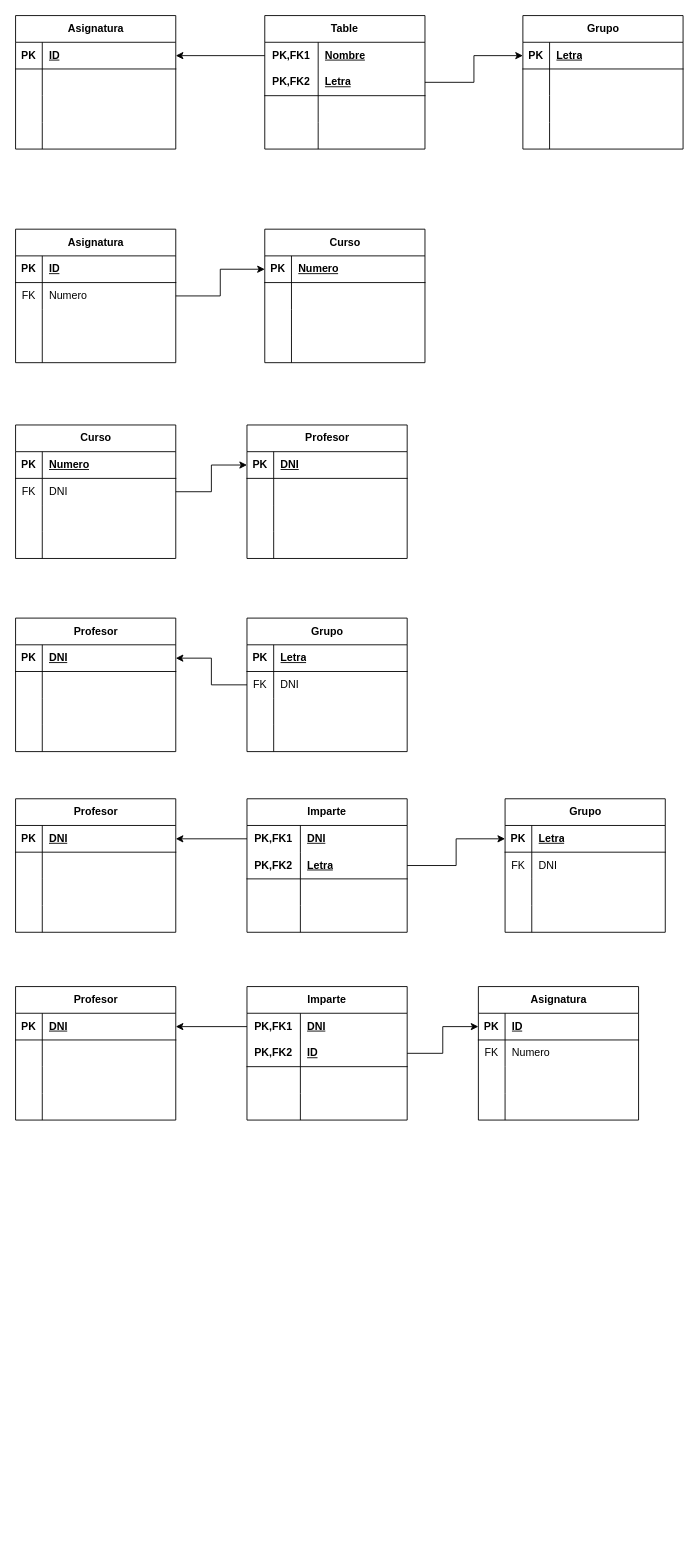
The draw.io diagram Unidad_1/Tareas/Tareas_entregables/Docente (MR-2)/Diagrama sin título.drawio in OxideVanadium/base_de_datos, before the edit. Source tidied: cells renumbered, new cells numbered last; positions are measured from the earlier drawing's top-left corner, leaving out a move shared by most shapes. Both pictures are drawn from the tidied source at 89%, with x=0, y=0 at pixel (15, 15).
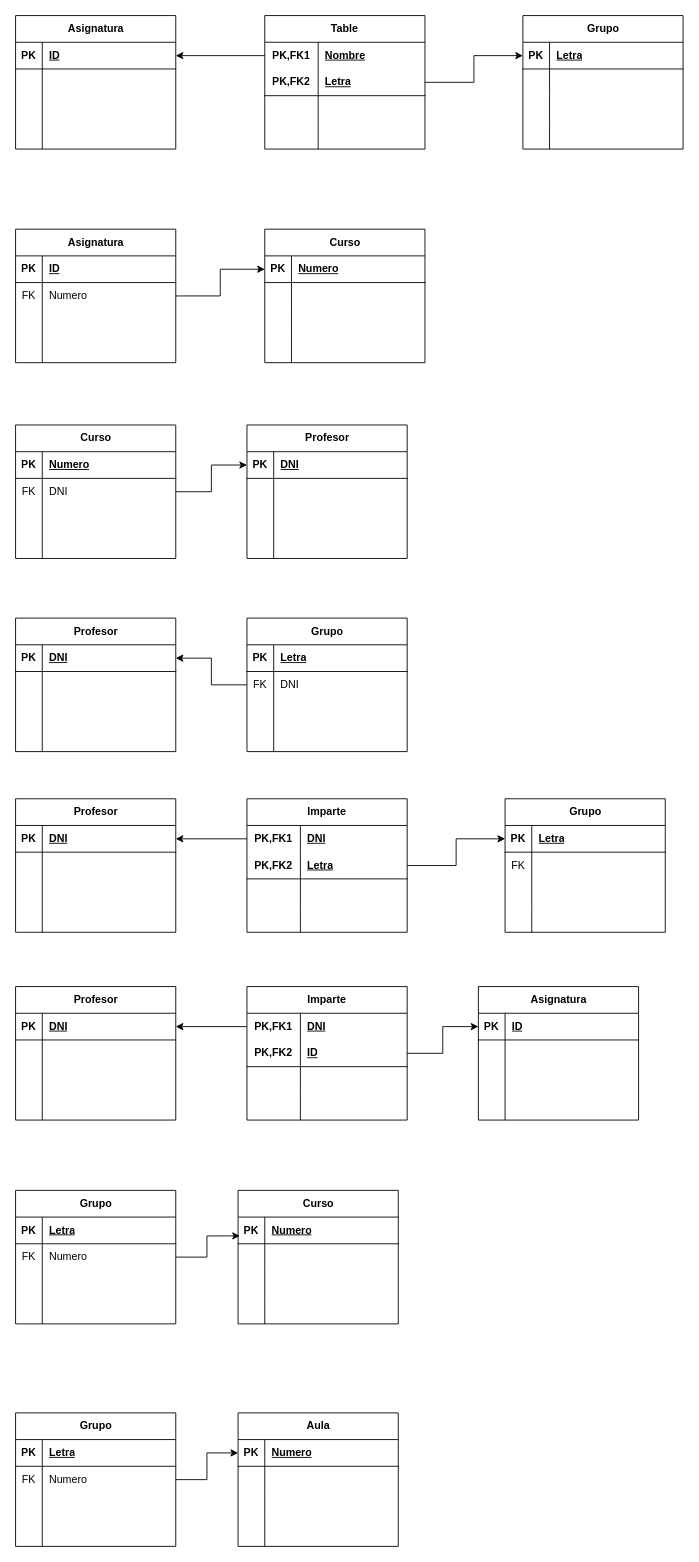
After the change.

The change refers to these unchanged cells:
```xml
<mxCell id="141" style="shape=tableRow;horizontal=0;startSize=0;swimlaneHead=0;swimlaneBody=0;fillColor=none;top=0;left=0;right=0;bottom=0;" parent="137" vertex="1">
  <mxGeometry y="60" width="180" height="30" as="geometry" />
</mxCell>
<mxCell id="195" style="shape=tableRow;horizontal=0;startSize=0;swimlaneHead=0;swimlaneBody=0;fillColor=none;top=0;left=0;right=0;bottom=0;" parent="191" vertex="1">
  <mxGeometry y="60" width="180" height="30" as="geometry" />
</mxCell>
```

Diff of the diagram source:
```diff
@@
-    <mxCell id="143" value="DNI" style="shape=partialRectangle;fillColor=none;top=0;left=0;bottom=0;right=0;align=left;spacingLeft=6;overflow=hidden;whiteSpace=wrap;html=1;" parent="141" vertex="1">
+    <mxCell id="143" style="shape=partialRectangle;fillColor=none;top=0;left=0;bottom=0;right=0;align=left;spacingLeft=6;overflow=hidden;whiteSpace=wrap;html=1;" parent="141" vertex="1">
       <mxGeometry x="30" width="150" height="30" as="geometry" />
     </mxCell>
@@
-    <mxCell id="196" value="FK" style="shape=partialRectangle;fillColor=none;top=0;left=0;bottom=0;right=0;overflow=hidden;whiteSpace=wrap;html=1;" parent="195" vertex="1">
+    <mxCell id="196" style="shape=partialRectangle;fillColor=none;top=0;left=0;bottom=0;right=0;overflow=hidden;whiteSpace=wrap;html=1;" parent="195" vertex="1">
       <mxGeometry width="30" height="30" as="geometry" />
     </mxCell>
-    <mxCell id="197" value="Numero" style="shape=partialRectangle;fillColor=none;top=0;left=0;bottom=0;right=0;align=left;spacingLeft=6;overflow=hidden;whiteSpace=wrap;html=1;" parent="195" vertex="1">
+    <mxCell id="197" style="shape=partialRectangle;fillColor=none;top=0;left=0;bottom=0;right=0;align=left;spacingLeft=6;overflow=hidden;whiteSpace=wrap;html=1;" parent="195" vertex="1">
       <mxGeometry x="30" width="150" height="30" as="geometry" />
     </mxCell>
@@
+    <mxCell id="206" value="Grupo" style="shape=table;startSize=30;childLayout=tableLayout;rowLines=0;fontStyle=1;align=center;html=1;" parent="1" vertex="1">
+      <mxGeometry y="1320" width="180" height="150" as="geometry" />
+    </mxCell>
+    <mxCell id="207" style="shape=tableRow;horizontal=0;startSize=0;swimlaneHead=0;swimlaneBody=0;fillColor=none;top=0;left=0;right=0;bottom=1;" parent="206" vertex="1">
+      <mxGeometry y="30" width="180" height="30" as="geometry" />
+    </mxCell>
+    <mxCell id="208" value="PK" style="shape=partialRectangle;fillColor=none;top=0;left=0;bottom=0;right=0;fontStyle=1;overflow=hidden;whiteSpace=wrap;html=1;" parent="207" vertex="1">
+      <mxGeometry width="30" height="30" as="geometry" />
+    </mxCell>
+    <mxCell id="209" value="Letra" style="shape=partialRectangle;fillColor=none;top=0;left=0;bottom=0;right=0;align=left;spacingLeft=6;fontStyle=5;overflow=hidden;whiteSpace=wrap;html=1;" parent="207" vertex="1">
+      <mxGeometry x="30" width="150" height="30" as="geometry" />
+    </mxCell>
+    <mxCell id="210" style="shape=tableRow;horizontal=0;startSize=0;swimlaneHead=0;swimlaneBody=0;fillColor=none;top=0;left=0;right=0;bottom=0;" parent="206" vertex="1">
+      <mxGeometry y="60" width="180" height="30" as="geometry" />
+    </mxCell>
+    <mxCell id="211" value="FK" style="shape=partialRectangle;fillColor=none;top=0;left=0;bottom=0;right=0;overflow=hidden;whiteSpace=wrap;html=1;" parent="210" vertex="1">
+      <mxGeometry width="30" height="30" as="geometry" />
+    </mxCell>
+    <mxCell id="212" value="Numero" style="shape=partialRectangle;fillColor=none;top=0;left=0;bottom=0;right=0;align=left;spacingLeft=6;overflow=hidden;whiteSpace=wrap;html=1;" parent="210" vertex="1">
+      <mxGeometry x="30" width="150" height="30" as="geometry" />
+    </mxCell>
+    <mxCell id="213" style="shape=tableRow;horizontal=0;startSize=0;swimlaneHead=0;swimlaneBody=0;fillColor=none;top=0;left=0;right=0;bottom=0;" parent="206" vertex="1">
+      <mxGeometry y="90" width="180" height="30" as="geometry" />
+    </mxCell>
+    <mxCell id="214" style="shape=partialRectangle;fillColor=none;top=0;left=0;bottom=0;right=0;overflow=hidden;whiteSpace=wrap;html=1;" parent="213" vertex="1">
+      <mxGeometry width="30" height="30" as="geometry" />
+    </mxCell>
+    <mxCell id="215" style="shape=partialRectangle;fillColor=none;top=0;left=0;bottom=0;right=0;align=left;spacingLeft=6;overflow=hidden;whiteSpace=wrap;html=1;" parent="213" vertex="1">
+      <mxGeometry x="30" width="150" height="30" as="geometry" />
+    </mxCell>
+    <mxCell id="216" style="shape=tableRow;horizontal=0;startSize=0;swimlaneHead=0;swimlaneBody=0;fillColor=none;top=0;left=0;right=0;bottom=0;" parent="206" vertex="1">
+      <mxGeometry y="120" width="180" height="30" as="geometry" />
+    </mxCell>
+    <mxCell id="217" style="shape=partialRectangle;fillColor=none;top=0;left=0;bottom=0;right=0;overflow=hidden;whiteSpace=wrap;html=1;" parent="216" vertex="1">
+      <mxGeometry width="30" height="30" as="geometry" />
+    </mxCell>
+    <mxCell id="218" style="shape=partialRectangle;fillColor=none;top=0;left=0;bottom=0;right=0;align=left;spacingLeft=6;overflow=hidden;whiteSpace=wrap;html=1;" parent="216" vertex="1">
+      <mxGeometry x="30" width="150" height="30" as="geometry" />
+    </mxCell>
+    <mxCell id="219" value="Curso" style="shape=table;startSize=30;childLayout=tableLayout;rowLines=0;fontStyle=1;align=center;html=1;" parent="1" vertex="1">
+      <mxGeometry x="250" y="1320" width="180" height="150" as="geometry" />
+    </mxCell>
+    <mxCell id="220" style="shape=tableRow;horizontal=0;startSize=0;swimlaneHead=0;swimlaneBody=0;fillColor=none;points=[[0,0.5],[1,0.5]];portConstraint=eastwest;top=0;left=0;right=0;bottom=1;" parent="219" vertex="1">
+      <mxGeometry y="30" width="180" height="30" as="geometry" />
+    </mxCell>
+    <mxCell id="221" value="PK" style="shape=partialRectangle;fillColor=none;top=0;left=0;bottom=0;right=0;fontStyle=1;overflow=hidden;whiteSpace=wrap;html=1;" parent="220" vertex="1">
+      <mxGeometry width="30" height="30" as="geometry" />
+    </mxCell>
+    <mxCell id="222" value="Numero" style="shape=partialRectangle;fillColor=none;top=0;left=0;bottom=0;right=0;align=left;spacingLeft=6;fontStyle=5;overflow=hidden;whiteSpace=wrap;html=1;" parent="220" vertex="1">
+      <mxGeometry x="30" width="150" height="30" as="geometry" />
+    </mxCell>
+    <mxCell id="223" style="shape=tableRow;horizontal=0;startSize=0;swimlaneHead=0;swimlaneBody=0;fillColor=none;top=0;left=0;right=0;bottom=0;" parent="219" vertex="1">
+      <mxGeometry y="60" width="180" height="30" as="geometry" />
+    </mxCell>
+    <mxCell id="224" style="shape=partialRectangle;fillColor=none;top=0;left=0;bottom=0;right=0;overflow=hidden;whiteSpace=wrap;html=1;" parent="223" vertex="1">
+      <mxGeometry width="30" height="30" as="geometry" />
+    </mxCell>
+    <mxCell id="225" style="shape=partialRectangle;fillColor=none;top=0;left=0;bottom=0;right=0;align=left;spacingLeft=6;overflow=hidden;whiteSpace=wrap;html=1;" parent="223" vertex="1">
+      <mxGeometry x="30" width="150" height="30" as="geometry" />
+    </mxCell>
+    <mxCell id="226" style="shape=tableRow;horizontal=0;startSize=0;swimlaneHead=0;swimlaneBody=0;fillColor=none;top=0;left=0;right=0;bottom=0;" parent="219" vertex="1">
+      <mxGeometry y="90" width="180" height="30" as="geometry" />
+    </mxCell>
+    <mxCell id="227" style="shape=partialRectangle;fillColor=none;top=0;left=0;bottom=0;right=0;overflow=hidden;whiteSpace=wrap;html=1;" parent="226" vertex="1">
+      <mxGeometry width="30" height="30" as="geometry" />
+    </mxCell>
+    <mxCell id="228" style="shape=partialRectangle;fillColor=none;top=0;left=0;bottom=0;right=0;align=left;spacingLeft=6;overflow=hidden;whiteSpace=wrap;html=1;" parent="226" vertex="1">
+      <mxGeometry x="30" width="150" height="30" as="geometry" />
+    </mxCell>
+    <mxCell id="229" style="shape=tableRow;horizontal=0;startSize=0;swimlaneHead=0;swimlaneBody=0;fillColor=none;top=0;left=0;right=0;bottom=0;" parent="219" vertex="1">
+      <mxGeometry y="120" width="180" height="30" as="geometry" />
+    </mxCell>
+    <mxCell id="230" style="shape=partialRectangle;fillColor=none;top=0;left=0;bottom=0;right=0;overflow=hidden;whiteSpace=wrap;html=1;" parent="229" vertex="1">
+      <mxGeometry width="30" height="30" as="geometry" />
+    </mxCell>
+    <mxCell id="231" style="shape=partialRectangle;fillColor=none;top=0;left=0;bottom=0;right=0;align=left;spacingLeft=6;overflow=hidden;whiteSpace=wrap;html=1;" parent="229" vertex="1">
+      <mxGeometry x="30" width="150" height="30" as="geometry" />
+    </mxCell>
+    <mxCell id="232" style="edgeStyle=orthogonalEdgeStyle;rounded=0;jettySize=auto;html=1;entryX=0.011;entryY=0.705;entryDx=0;entryDy=0;entryPerimeter=0;" parent="1" edge="1" source="206" target="220">
+      <mxGeometry relative="1" as="geometry" />
+    </mxCell>
+    <mxCell id="233" value="Grupo" style="shape=table;startSize=30;childLayout=tableLayout;rowLines=0;fontStyle=1;align=center;html=1;" parent="1" vertex="1">
+      <mxGeometry y="1570" width="180" height="150" as="geometry" />
+    </mxCell>
+    <mxCell id="234" style="shape=tableRow;horizontal=0;startSize=0;swimlaneHead=0;swimlaneBody=0;fillColor=none;top=0;left=0;right=0;bottom=1;" parent="233" vertex="1">
+      <mxGeometry y="30" width="180" height="30" as="geometry" />
+    </mxCell>
+    <mxCell id="235" value="PK" style="shape=partialRectangle;fillColor=none;top=0;left=0;bottom=0;right=0;fontStyle=1;overflow=hidden;whiteSpace=wrap;html=1;" parent="234" vertex="1">
+      <mxGeometry width="30" height="30" as="geometry" />
+    </mxCell>
+    <mxCell id="236" value="Letra" style="shape=partialRectangle;fillColor=none;top=0;left=0;bottom=0;right=0;align=left;spacingLeft=6;fontStyle=5;overflow=hidden;whiteSpace=wrap;html=1;" parent="234" vertex="1">
+      <mxGeometry x="30" width="150" height="30" as="geometry" />
+    </mxCell>
+    <mxCell id="237" style="shape=tableRow;horizontal=0;startSize=0;swimlaneHead=0;swimlaneBody=0;fillColor=none;points=[[0,0.5],[1,0.5]];portConstraint=eastwest;top=0;left=0;right=0;bottom=0;" parent="233" vertex="1">
+      <mxGeometry y="60" width="180" height="30" as="geometry" />
+    </mxCell>
+    <mxCell id="238" value="FK" style="shape=partialRectangle;fillColor=none;top=0;left=0;bottom=0;right=0;overflow=hidden;whiteSpace=wrap;html=1;" parent="237" vertex="1">
+      <mxGeometry width="30" height="30" as="geometry" />
+    </mxCell>
+    <mxCell id="239" value="Numero" style="shape=partialRectangle;fillColor=none;top=0;left=0;bottom=0;right=0;align=left;spacingLeft=6;overflow=hidden;whiteSpace=wrap;html=1;" parent="237" vertex="1">
+      <mxGeometry x="30" width="150" height="30" as="geometry" />
+    </mxCell>
+    <mxCell id="240" style="shape=tableRow;horizontal=0;startSize=0;swimlaneHead=0;swimlaneBody=0;fillColor=none;top=0;left=0;right=0;bottom=0;" parent="233" vertex="1">
+      <mxGeometry y="90" width="180" height="30" as="geometry" />
+    </mxCell>
+    <mxCell id="241" style="shape=partialRectangle;fillColor=none;top=0;left=0;bottom=0;right=0;overflow=hidden;whiteSpace=wrap;html=1;" parent="240" vertex="1">
+      <mxGeometry width="30" height="30" as="geometry" />
+    </mxCell>
+    <mxCell id="242" style="shape=partialRectangle;fillColor=none;top=0;left=0;bottom=0;right=0;align=left;spacingLeft=6;overflow=hidden;whiteSpace=wrap;html=1;" parent="240" vertex="1">
+      <mxGeometry x="30" width="150" height="30" as="geometry" />
+    </mxCell>
+    <mxCell id="243" style="shape=tableRow;horizontal=0;startSize=0;swimlaneHead=0;swimlaneBody=0;fillColor=none;top=0;left=0;right=0;bottom=0;" parent="233" vertex="1">
+      <mxGeometry y="120" width="180" height="30" as="geometry" />
+    </mxCell>
+    <mxCell id="244" style="shape=partialRectangle;fillColor=none;top=0;left=0;bottom=0;right=0;overflow=hidden;whiteSpace=wrap;html=1;" parent="243" vertex="1">
+      <mxGeometry width="30" height="30" as="geometry" />
+    </mxCell>
+    <mxCell id="245" style="shape=partialRectangle;fillColor=none;top=0;left=0;bottom=0;right=0;align=left;spacingLeft=6;overflow=hidden;whiteSpace=wrap;html=1;" parent="243" vertex="1">
+      <mxGeometry x="30" width="150" height="30" as="geometry" />
+    </mxCell>
+    <mxCell id="246" value="Aula" style="shape=table;startSize=30;childLayout=tableLayout;rowLines=0;fontStyle=1;align=center;html=1;" parent="1" vertex="1">
+      <mxGeometry x="250" y="1570" width="180" height="150" as="geometry" />
+    </mxCell>
+    <mxCell id="247" style="shape=tableRow;horizontal=0;startSize=0;swimlaneHead=0;swimlaneBody=0;fillColor=none;points=[[0,0.5],[1,0.5]];portConstraint=eastwest;top=0;left=0;right=0;bottom=1;" parent="246" vertex="1">
+      <mxGeometry y="30" width="180" height="30" as="geometry" />
+    </mxCell>
+    <mxCell id="248" value="PK" style="shape=partialRectangle;fillColor=none;top=0;left=0;bottom=0;right=0;fontStyle=1;overflow=hidden;whiteSpace=wrap;html=1;" parent="247" vertex="1">
+      <mxGeometry width="30" height="30" as="geometry" />
+    </mxCell>
+    <mxCell id="249" value="Numero" style="shape=partialRectangle;fillColor=none;top=0;left=0;bottom=0;right=0;align=left;spacingLeft=6;fontStyle=5;overflow=hidden;whiteSpace=wrap;html=1;" parent="247" vertex="1">
+      <mxGeometry x="30" width="150" height="30" as="geometry" />
+    </mxCell>
+    <mxCell id="250" style="shape=tableRow;horizontal=0;startSize=0;swimlaneHead=0;swimlaneBody=0;fillColor=none;top=0;left=0;right=0;bottom=0;" parent="246" vertex="1">
+      <mxGeometry y="60" width="180" height="30" as="geometry" />
+    </mxCell>
+    <mxCell id="251" style="shape=partialRectangle;fillColor=none;top=0;left=0;bottom=0;right=0;overflow=hidden;whiteSpace=wrap;html=1;" parent="250" vertex="1">
+      <mxGeometry width="30" height="30" as="geometry" />
+    </mxCell>
+    <mxCell id="252" style="shape=partialRectangle;fillColor=none;top=0;left=0;bottom=0;right=0;align=left;spacingLeft=6;overflow=hidden;whiteSpace=wrap;html=1;" parent="250" vertex="1">
+      <mxGeometry x="30" width="150" height="30" as="geometry" />
+    </mxCell>
+    <mxCell id="253" style="shape=tableRow;horizontal=0;startSize=0;swimlaneHead=0;swimlaneBody=0;fillColor=none;top=0;left=0;right=0;bottom=0;" parent="246" vertex="1">
+      <mxGeometry y="90" width="180" height="30" as="geometry" />
+    </mxCell>
+    <mxCell id="254" style="shape=partialRectangle;fillColor=none;top=0;left=0;bottom=0;right=0;overflow=hidden;whiteSpace=wrap;html=1;" parent="253" vertex="1">
+      <mxGeometry width="30" height="30" as="geometry" />
+    </mxCell>
+    <mxCell id="255" style="shape=partialRectangle;fillColor=none;top=0;left=0;bottom=0;right=0;align=left;spacingLeft=6;overflow=hidden;whiteSpace=wrap;html=1;" parent="253" vertex="1">
+      <mxGeometry x="30" width="150" height="30" as="geometry" />
+    </mxCell>
+    <mxCell id="256" style="shape=tableRow;horizontal=0;startSize=0;swimlaneHead=0;swimlaneBody=0;fillColor=none;top=0;left=0;right=0;bottom=0;" parent="246" vertex="1">
+      <mxGeometry y="120" width="180" height="30" as="geometry" />
+    </mxCell>
+    <mxCell id="257" style="shape=partialRectangle;fillColor=none;top=0;left=0;bottom=0;right=0;overflow=hidden;whiteSpace=wrap;html=1;" parent="256" vertex="1">
+      <mxGeometry width="30" height="30" as="geometry" />
+    </mxCell>
+    <mxCell id="258" style="shape=partialRectangle;fillColor=none;top=0;left=0;bottom=0;right=0;align=left;spacingLeft=6;overflow=hidden;whiteSpace=wrap;html=1;" parent="256" vertex="1">
+      <mxGeometry x="30" width="150" height="30" as="geometry" />
+    </mxCell>
+    <mxCell id="259" style="edgeStyle=orthogonalEdgeStyle;rounded=0;jettySize=auto;html=1;entryX=0;entryY=0.5;entryDx=0;entryDy=0;" parent="1" edge="1" source="237" target="247">
+      <mxGeometry relative="1" as="geometry" />
+    </mxCell>
```
